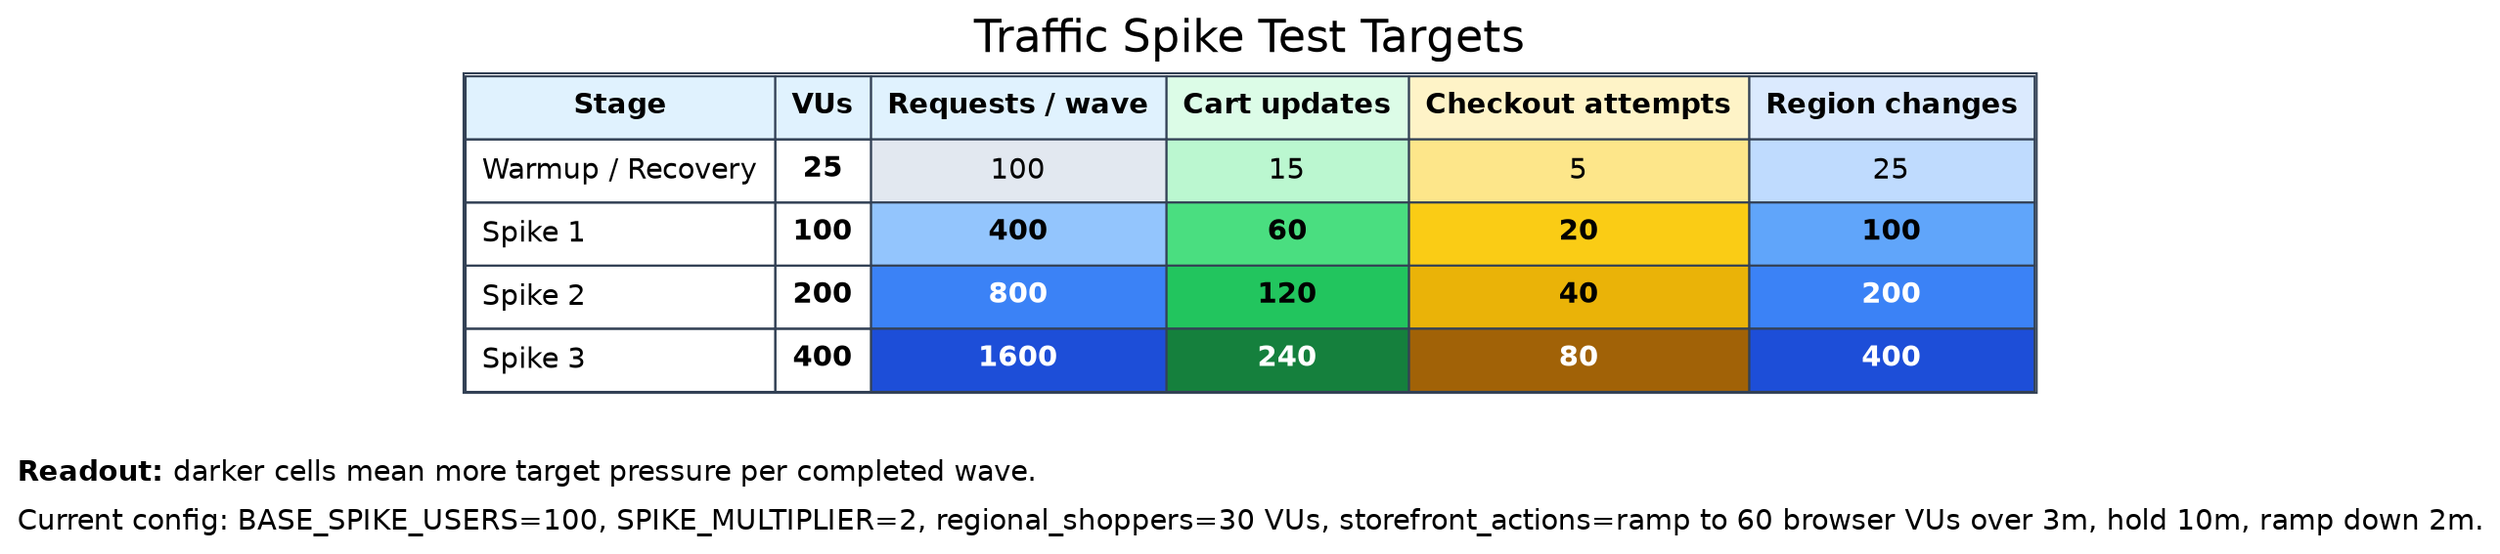
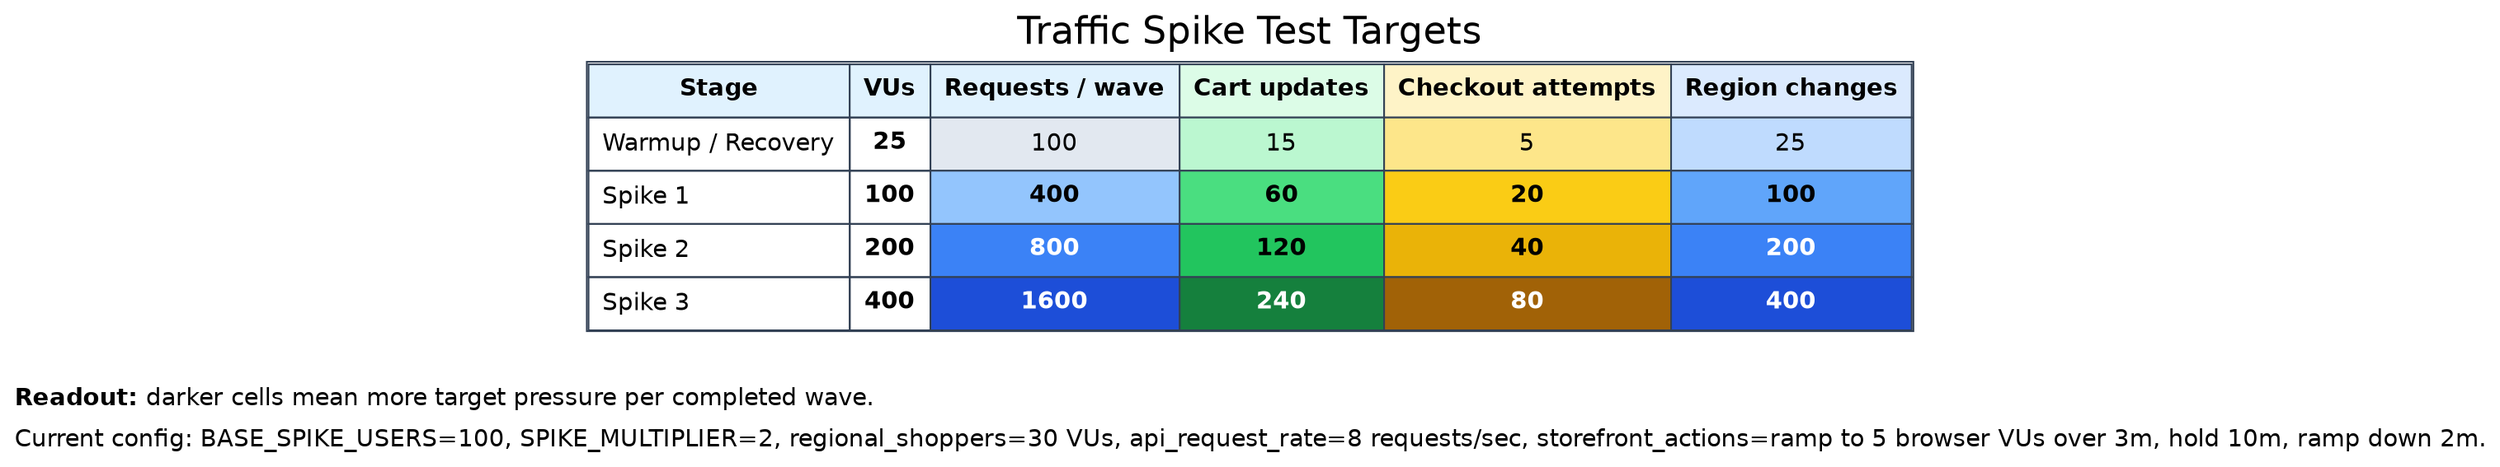
digraph traffic_spike_target_heatmap {
  graph [rankdir=TB, labelloc=t, label="Traffic Spike Test Targets", fontsize=22, fontname="Helvetica", nodesep=0.35, ranksep=0.4];
  node [shape=plain, fontname="Helvetica"];
  edge [style=invis];

  target_heatmap [label=<
    <TABLE BORDER="1" CELLBORDER="1" CELLSPACING="0" CELLPADDING="7" COLOR="#334155">
      <TR><TD BGCOLOR="#e0f2fe"><B>Stage</B></TD><TD BGCOLOR="#e0f2fe"><B>VUs</B></TD><TD BGCOLOR="#e0f2fe"><B>Requests / wave</B></TD><TD BGCOLOR="#dcfce7"><B>Cart updates</B></TD><TD BGCOLOR="#fef3c7"><B>Checkout attempts</B></TD><TD BGCOLOR="#dbeafe"><B>Region changes</B></TD></TR>
      <TR><TD ALIGN="LEFT">Warmup / Recovery</TD><TD><B>25</B></TD><TD BGCOLOR="#e2e8f0">100</TD><TD BGCOLOR="#bbf7d0">15</TD><TD BGCOLOR="#fde68a">5</TD><TD BGCOLOR="#bfdbfe">25</TD></TR>
      <TR><TD ALIGN="LEFT">Spike 1</TD><TD><B>100</B></TD><TD BGCOLOR="#93c5fd"><B>400</B></TD><TD BGCOLOR="#4ade80"><B>60</B></TD><TD BGCOLOR="#facc15"><B>20</B></TD><TD BGCOLOR="#60a5fa"><B>100</B></TD></TR>
      <TR><TD ALIGN="LEFT">Spike 2</TD><TD><B>200</B></TD><TD BGCOLOR="#3b82f6"><FONT COLOR="white"><B>800</B></FONT></TD><TD BGCOLOR="#22c55e"><B>120</B></TD><TD BGCOLOR="#eab308"><B>40</B></TD><TD BGCOLOR="#3b82f6"><FONT COLOR="white"><B>200</B></FONT></TD></TR>
      <TR><TD ALIGN="LEFT">Spike 3</TD><TD><B>400</B></TD><TD BGCOLOR="#1d4ed8"><FONT COLOR="white"><B>1600</B></FONT></TD><TD BGCOLOR="#15803d"><FONT COLOR="white"><B>240</B></FONT></TD><TD BGCOLOR="#a16207"><FONT COLOR="white"><B>80</B></FONT></TD><TD BGCOLOR="#1d4ed8"><FONT COLOR="white"><B>400</B></FONT></TD></TR>
    </TABLE>
  >];

  target_note [label=<
    <TABLE BORDER="0" CELLBORDER="0" CELLSPACING="0" CELLPADDING="4">
      <TR><TD ALIGN="LEFT"><B>Readout:</B> darker cells mean more target pressure per completed wave.</TD></TR>
-       <TR><TD ALIGN="LEFT">Current config: BASE_SPIKE_USERS=100, SPIKE_MULTIPLIER=2, regional_shoppers=30 VUs, storefront_actions=ramp to 60 browser VUs over 3m, hold 10m, ramp down 2m.</TD></TR>
+       <TR><TD ALIGN="LEFT">Current config: BASE_SPIKE_USERS=100, SPIKE_MULTIPLIER=2, regional_shoppers=30 VUs, api_request_rate=8 requests/sec, storefront_actions=ramp to 5 browser VUs over 3m, hold 10m, ramp down 2m.</TD></TR>
    </TABLE>
  >];

  target_heatmap -> target_note;
}

